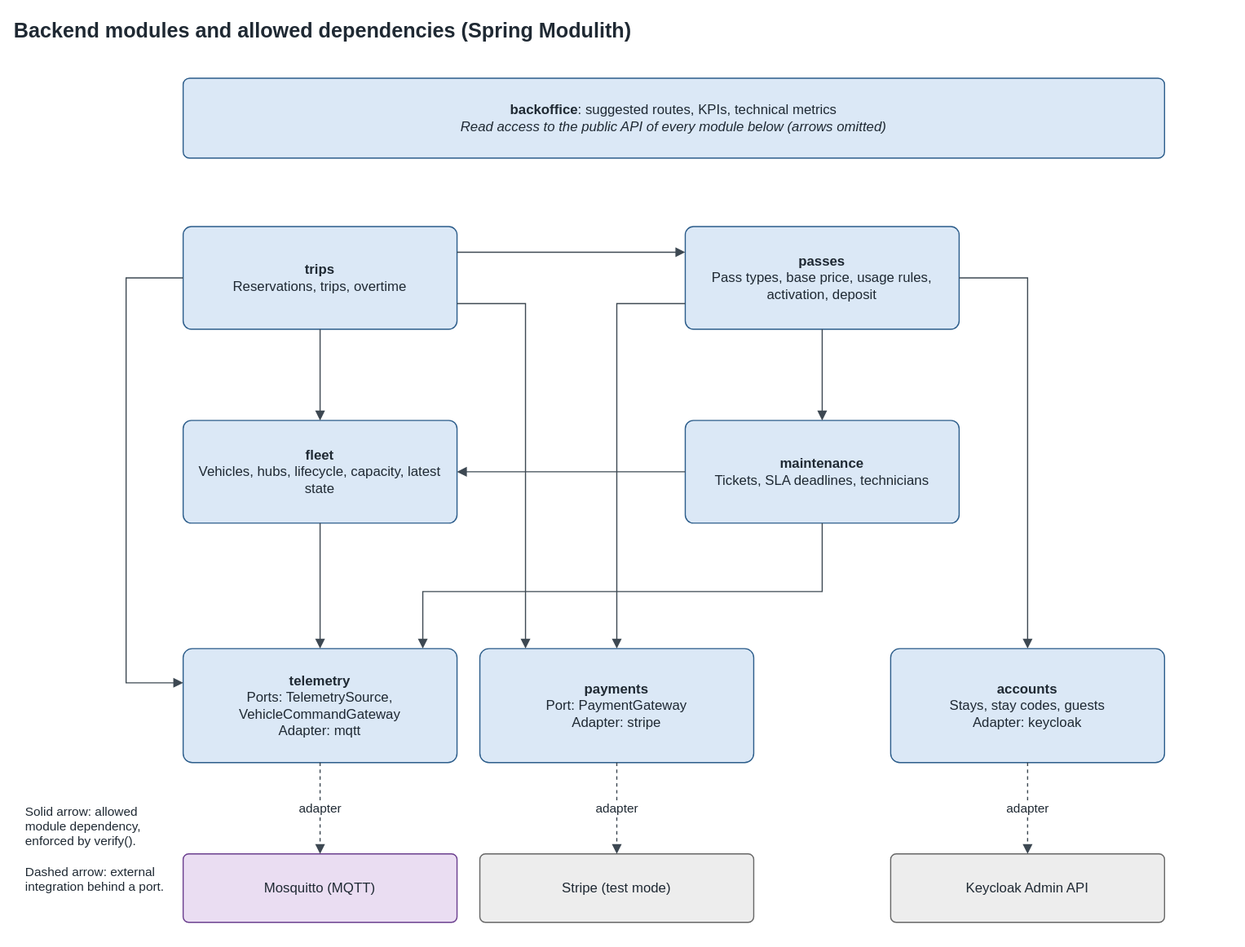
TQS-RiaRide/RIARide keeps this draw.io diagram as docs/architecture/diagrams/03-backend-modules.drawio.svg. Above is the earlier version. Source tidied: cells renumbered, new cells last; positions are measured from the earlier drawing's top-left corner, leaving out a move shared by most shapes. The source it was exported from:
```xml
<mxGraphModel background="#FFFFFF">
  <root>
    <mxCell id="0" />
    <mxCell id="1" parent="0" />
    <mxCell id="2" value="Backend modules and allowed dependencies (Spring Modulith)" style="html=1;whiteSpace=wrap;fontFamily=Helvetica;fontSize=12;fontColor=#1F2933;text;fillColor=none;strokeColor=none;align=left;fontSize=18;fontStyle=1;" parent="1" vertex="1">
      <mxGeometry width="1060" height="34" as="geometry" />
    </mxCell>
    <mxCell id="3" value="&lt;b&gt;backoffice&lt;/b&gt;: suggested routes, KPIs, technical metrics&lt;br&gt;&lt;i&gt;Read access to the public API of every module below (arrows omitted)&lt;/i&gt;" style="html=1;whiteSpace=wrap;fontFamily=Helvetica;fontSize=12;fontColor=#1F2933;rounded=1;arcSize=8;fillColor=#DBE8F6;strokeColor=#2B5C8A;" parent="1" vertex="1">
      <mxGeometry x="150" y="58" width="860" height="70" as="geometry" />
    </mxCell>
    <mxCell id="4" value="&lt;b&gt;trips&lt;/b&gt;&lt;br&gt;Reservations, trips, overtime" style="html=1;whiteSpace=wrap;fontFamily=Helvetica;fontSize=12;fontColor=#1F2933;rounded=1;arcSize=8;fillColor=#DBE8F6;strokeColor=#2B5C8A;" parent="1" vertex="1">
      <mxGeometry x="150" y="188" width="240" height="90" as="geometry" />
    </mxCell>
    <mxCell id="5" value="&lt;b&gt;passes&lt;/b&gt;&lt;br&gt;Pass types, base price, usage rules, activation, deposit" style="html=1;whiteSpace=wrap;fontFamily=Helvetica;fontSize=12;fontColor=#1F2933;rounded=1;arcSize=8;fillColor=#DBE8F6;strokeColor=#2B5C8A;" parent="1" vertex="1">
      <mxGeometry x="590" y="188" width="240" height="90" as="geometry" />
    </mxCell>
    <mxCell id="6" value="&lt;b&gt;fleet&lt;/b&gt;&lt;br&gt;Vehicles, hubs, lifecycle, capacity, latest state" style="html=1;whiteSpace=wrap;fontFamily=Helvetica;fontSize=12;fontColor=#1F2933;rounded=1;arcSize=8;fillColor=#DBE8F6;strokeColor=#2B5C8A;" parent="1" vertex="1">
      <mxGeometry x="150" y="358" width="240" height="90" as="geometry" />
    </mxCell>
    <mxCell id="7" value="&lt;b&gt;maintenance&lt;/b&gt;&lt;br&gt;Tickets, SLA deadlines, technicians" style="html=1;whiteSpace=wrap;fontFamily=Helvetica;fontSize=12;fontColor=#1F2933;rounded=1;arcSize=8;fillColor=#DBE8F6;strokeColor=#2B5C8A;" parent="1" vertex="1">
      <mxGeometry x="590" y="358" width="240" height="90" as="geometry" />
    </mxCell>
    <mxCell id="8" value="&lt;b&gt;telemetry&lt;/b&gt;&lt;br&gt;Ports: TelemetrySource, VehicleCommandGateway&lt;br&gt;Adapter: mqtt" style="html=1;whiteSpace=wrap;fontFamily=Helvetica;fontSize=12;fontColor=#1F2933;rounded=1;arcSize=8;fillColor=#DBE8F6;strokeColor=#2B5C8A;" parent="1" vertex="1">
      <mxGeometry x="150" y="558" width="240" height="100" as="geometry" />
    </mxCell>
    <mxCell id="9" value="&lt;b&gt;payments&lt;/b&gt;&lt;br&gt;Port: PaymentGateway&lt;br&gt;Adapter: stripe" style="html=1;whiteSpace=wrap;fontFamily=Helvetica;fontSize=12;fontColor=#1F2933;rounded=1;arcSize=8;fillColor=#DBE8F6;strokeColor=#2B5C8A;" parent="1" vertex="1">
      <mxGeometry x="410" y="558" width="240" height="100" as="geometry" />
    </mxCell>
    <mxCell id="10" value="&lt;b&gt;accounts&lt;/b&gt;&lt;br&gt;Stays, stay codes, guests&lt;br&gt;Adapter: keycloak" style="html=1;whiteSpace=wrap;fontFamily=Helvetica;fontSize=12;fontColor=#1F2933;rounded=1;arcSize=8;fillColor=#DBE8F6;strokeColor=#2B5C8A;" parent="1" vertex="1">
      <mxGeometry x="770" y="558" width="240" height="100" as="geometry" />
    </mxCell>
    <mxCell id="11" value="Mosquitto (MQTT)" style="html=1;whiteSpace=wrap;fontFamily=Helvetica;fontSize=12;fontColor=#1F2933;rounded=1;arcSize=8;fillColor=#EADDF2;strokeColor=#6A3E8E;" parent="1" vertex="1">
      <mxGeometry x="150" y="738" width="240" height="60" as="geometry" />
    </mxCell>
    <mxCell id="12" value="Stripe (test mode)" style="html=1;whiteSpace=wrap;fontFamily=Helvetica;fontSize=12;fontColor=#1F2933;rounded=1;arcSize=8;fillColor=#EDEDED;strokeColor=#666666;" parent="1" vertex="1">
      <mxGeometry x="410" y="738" width="240" height="60" as="geometry" />
    </mxCell>
    <mxCell id="13" value="Keycloak Admin API" style="html=1;whiteSpace=wrap;fontFamily=Helvetica;fontSize=12;fontColor=#1F2933;rounded=1;arcSize=8;fillColor=#EDEDED;strokeColor=#666666;" parent="1" vertex="1">
      <mxGeometry x="770" y="738" width="240" height="60" as="geometry" />
    </mxCell>
    <mxCell id="14" style="html=1;endArrow=block;endFill=1;strokeColor=#3D4852;fontFamily=Helvetica;fontSize=11;fontColor=#1F2933;labelBackgroundColor=#FFFFFF;rounded=0;edgeStyle=orthogonalEdgeStyle;exitX=1;exitY=0.25;exitDx=0;exitDy=0;exitPerimeter=0;entryX=0;entryY=0.25;entryDx=0;entryDy=0;entryPerimeter=0;" parent="1" edge="1" source="4" target="5">
      <mxGeometry relative="1" as="geometry" />
    </mxCell>
    <mxCell id="15" style="html=1;endArrow=block;endFill=1;strokeColor=#3D4852;fontFamily=Helvetica;fontSize=11;fontColor=#1F2933;labelBackgroundColor=#FFFFFF;rounded=0;edgeStyle=orthogonalEdgeStyle;exitX=0.5;exitY=1;exitDx=0;exitDy=0;exitPerimeter=0;entryX=0.5;entryY=0;entryDx=0;entryDy=0;entryPerimeter=0;" parent="1" edge="1" source="4" target="6">
      <mxGeometry relative="1" as="geometry" />
    </mxCell>
    <mxCell id="16" style="html=1;endArrow=block;endFill=1;strokeColor=#3D4852;fontFamily=Helvetica;fontSize=11;fontColor=#1F2933;labelBackgroundColor=#FFFFFF;rounded=0;edgeStyle=orthogonalEdgeStyle;exitX=0;exitY=0.5;exitDx=0;exitDy=0;exitPerimeter=0;entryX=0;entryY=0.3;entryDx=0;entryDy=0;entryPerimeter=0;" parent="1" edge="1" source="4" target="8">
      <mxGeometry relative="1" as="geometry">
        <Array as="points">
          <mxPoint x="100" y="233" />
          <mxPoint x="100" y="588" />
        </Array>
      </mxGeometry>
    </mxCell>
    <mxCell id="17" style="html=1;endArrow=block;endFill=1;strokeColor=#3D4852;fontFamily=Helvetica;fontSize=11;fontColor=#1F2933;labelBackgroundColor=#FFFFFF;rounded=0;edgeStyle=orthogonalEdgeStyle;exitX=1;exitY=0.75;exitDx=0;exitDy=0;exitPerimeter=0;entryX=0.1667;entryY=0;entryDx=0;entryDy=0;entryPerimeter=0;" parent="1" edge="1" source="4" target="9">
      <mxGeometry relative="1" as="geometry">
        <Array as="points">
          <mxPoint x="450" y="255" />
        </Array>
      </mxGeometry>
    </mxCell>
    <mxCell id="18" style="html=1;endArrow=block;endFill=1;strokeColor=#3D4852;fontFamily=Helvetica;fontSize=11;fontColor=#1F2933;labelBackgroundColor=#FFFFFF;rounded=0;edgeStyle=orthogonalEdgeStyle;exitX=0;exitY=0.75;exitDx=0;exitDy=0;exitPerimeter=0;entryX=0.5;entryY=0;entryDx=0;entryDy=0;entryPerimeter=0;" parent="1" edge="1" source="5" target="9">
      <mxGeometry relative="1" as="geometry">
        <Array as="points">
          <mxPoint x="530" y="255" />
        </Array>
      </mxGeometry>
    </mxCell>
    <mxCell id="19" style="html=1;endArrow=block;endFill=1;strokeColor=#3D4852;fontFamily=Helvetica;fontSize=11;fontColor=#1F2933;labelBackgroundColor=#FFFFFF;rounded=0;edgeStyle=orthogonalEdgeStyle;exitX=0.5;exitY=1;exitDx=0;exitDy=0;exitPerimeter=0;entryX=0.5;entryY=0;entryDx=0;entryDy=0;entryPerimeter=0;" parent="1" edge="1" source="5" target="7">
      <mxGeometry relative="1" as="geometry" />
    </mxCell>
    <mxCell id="20" style="html=1;endArrow=block;endFill=1;strokeColor=#3D4852;fontFamily=Helvetica;fontSize=11;fontColor=#1F2933;labelBackgroundColor=#FFFFFF;rounded=0;edgeStyle=orthogonalEdgeStyle;exitX=1;exitY=0.5;exitDx=0;exitDy=0;exitPerimeter=0;entryX=0.5;entryY=0;entryDx=0;entryDy=0;entryPerimeter=0;" parent="1" edge="1" source="5" target="10">
      <mxGeometry relative="1" as="geometry">
        <Array as="points">
          <mxPoint x="890" y="233" />
        </Array>
      </mxGeometry>
    </mxCell>
    <mxCell id="21" style="html=1;endArrow=block;endFill=1;strokeColor=#3D4852;fontFamily=Helvetica;fontSize=11;fontColor=#1F2933;labelBackgroundColor=#FFFFFF;rounded=0;edgeStyle=orthogonalEdgeStyle;exitX=0;exitY=0.5;exitDx=0;exitDy=0;exitPerimeter=0;entryX=1;entryY=0.5;entryDx=0;entryDy=0;entryPerimeter=0;" parent="1" edge="1" source="7" target="6">
      <mxGeometry relative="1" as="geometry" />
    </mxCell>
    <mxCell id="22" style="html=1;endArrow=block;endFill=1;strokeColor=#3D4852;fontFamily=Helvetica;fontSize=11;fontColor=#1F2933;labelBackgroundColor=#FFFFFF;rounded=0;edgeStyle=orthogonalEdgeStyle;exitX=0.5;exitY=1;exitDx=0;exitDy=0;exitPerimeter=0;entryX=0.875;entryY=0;entryDx=0;entryDy=0;entryPerimeter=0;" parent="1" edge="1" source="7" target="8">
      <mxGeometry relative="1" as="geometry">
        <Array as="points">
          <mxPoint x="710" y="508" />
          <mxPoint x="360" y="508" />
        </Array>
      </mxGeometry>
    </mxCell>
    <mxCell id="23" style="html=1;endArrow=block;endFill=1;strokeColor=#3D4852;fontFamily=Helvetica;fontSize=11;fontColor=#1F2933;labelBackgroundColor=#FFFFFF;rounded=0;edgeStyle=orthogonalEdgeStyle;exitX=0.5;exitY=1;exitDx=0;exitDy=0;exitPerimeter=0;entryX=0.5;entryY=0;entryDx=0;entryDy=0;entryPerimeter=0;" parent="1" edge="1" source="6" target="8">
      <mxGeometry relative="1" as="geometry" />
    </mxCell>
    <mxCell id="24" value="adapter" style="html=1;endArrow=block;endFill=1;strokeColor=#3D4852;fontFamily=Helvetica;fontSize=11;fontColor=#1F2933;labelBackgroundColor=#FFFFFF;rounded=0;edgeStyle=orthogonalEdgeStyle;dashed=1;" parent="1" edge="1" source="8" target="11">
      <mxGeometry relative="1" as="geometry" />
    </mxCell>
    <mxCell id="25" value="adapter" style="html=1;endArrow=block;endFill=1;strokeColor=#3D4852;fontFamily=Helvetica;fontSize=11;fontColor=#1F2933;labelBackgroundColor=#FFFFFF;rounded=0;edgeStyle=orthogonalEdgeStyle;dashed=1;" parent="1" edge="1" source="9" target="12">
      <mxGeometry relative="1" as="geometry" />
    </mxCell>
    <mxCell id="26" value="adapter" style="html=1;endArrow=block;endFill=1;strokeColor=#3D4852;fontFamily=Helvetica;fontSize=11;fontColor=#1F2933;labelBackgroundColor=#FFFFFF;rounded=0;edgeStyle=orthogonalEdgeStyle;dashed=1;" parent="1" edge="1" source="10" target="13">
      <mxGeometry relative="1" as="geometry" />
    </mxCell>
    <mxCell id="27" value="Solid arrow: allowed module dependency, enforced by verify().&lt;br&gt;&lt;br&gt;Dashed arrow: external integration behind a port." style="html=1;whiteSpace=wrap;fontFamily=Helvetica;fontSize=12;fontColor=#1F2933;text;fillColor=none;strokeColor=none;align=left;verticalAlign=top;fontSize=11;" parent="1" vertex="1">
      <mxGeometry x="10" y="688" width="130" height="110" as="geometry" />
    </mxCell>
  </root>
</mxGraphModel>
```
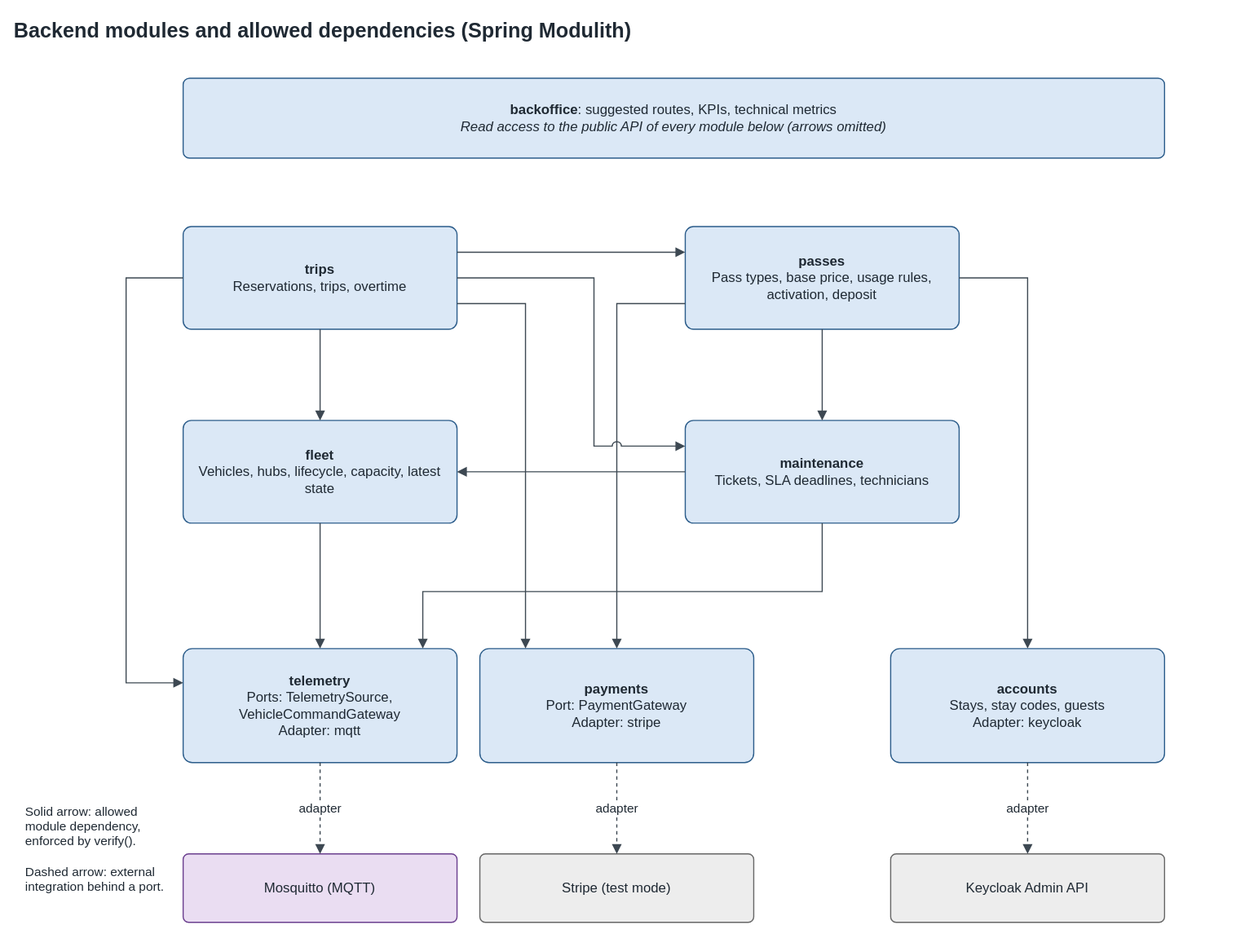
After the commit.

The edit, as a diff of the source:
```diff
@@ -102,5 +102,13 @@
     <mxCell id="27" value="Solid arrow: allowed module dependency, enforced by verify().&lt;br&gt;&lt;br&gt;Dashed arrow: external integration behind a port." style="html=1;whiteSpace=wrap;fontFamily=Helvetica;fontSize=12;fontColor=#1F2933;text;fillColor=none;strokeColor=none;align=left;verticalAlign=top;fontSize=11;" parent="1" vertex="1">
       <mxGeometry x="10" y="688" width="130" height="110" as="geometry" />
     </mxCell>
+    <mxCell id="28" style="html=1;endArrow=block;endFill=1;strokeColor=#3D4852;fontFamily=Helvetica;fontSize=11;fontColor=#1F2933;labelBackgroundColor=#FFFFFF;rounded=0;edgeStyle=orthogonalEdgeStyle;jumpStyle=arc;jumpSize=8;exitX=1;exitY=0.5;exitDx=0;exitDy=0;exitPerimeter=0;entryX=0;entryY=0.25;entryDx=0;entryDy=0;entryPerimeter=0;" parent="1" edge="1" source="4" target="7">
+      <mxGeometry relative="1" as="geometry">
+        <Array as="points">
+          <mxPoint x="510" y="233" />
+          <mxPoint x="510" y="380.5" />
+        </Array>
+      </mxGeometry>
+    </mxCell>
   </root>
 </mxGraphModel>
```
